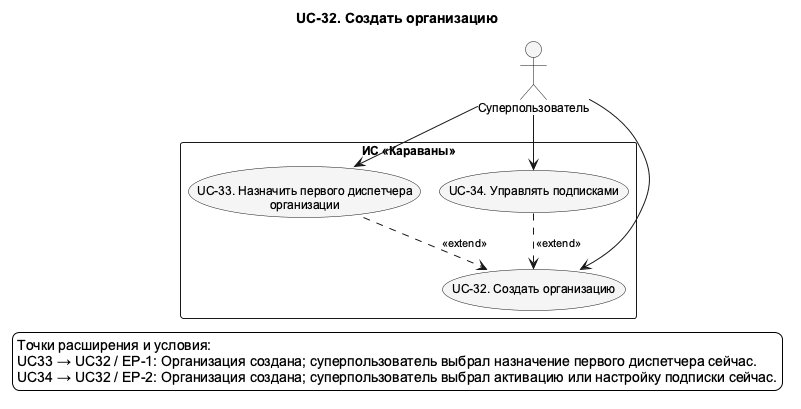
The PlantUML diagram docs/diagrams/out/UC_32_Detail.png in granikartem/MPI, before a commit.
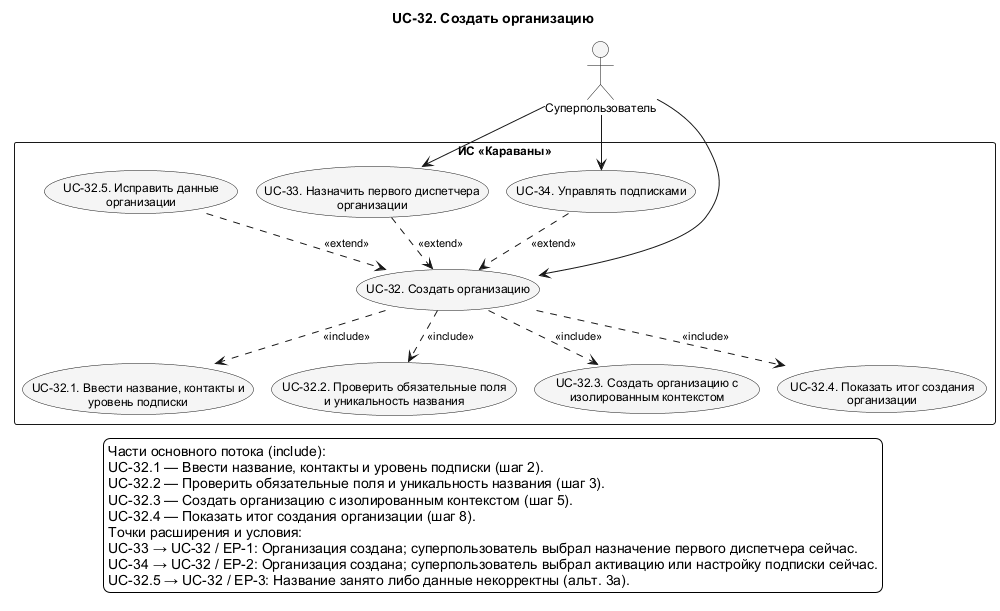
Later version of the same file.

What changed in the source:
```diff
@@ -17,15 +17,31 @@
   usecase "UC-32. Создать организацию" as UC32
   usecase "UC-33. Назначить первого диспетчера\nорганизации" as UC33
   usecase "UC-34. Управлять подписками" as UC34
+  usecase "UC-32.1. Ввести название, контакты и\nуровень подписки" as UC32_1
+  usecase "UC-32.2. Проверить обязательные поля\nи уникальность названия" as UC32_2
+  usecase "UC-32.3. Создать организацию с\nизолированным контекстом" as UC32_3
+  usecase "UC-32.4. Показать итог создания\nорганизации" as UC32_4
+  usecase "UC-32.5. Исправить данные\nорганизации" as UC32_5
 }
 UC33 ..> UC32 : <<extend>>
 UC34 ..> UC32 : <<extend>>
+UC32 ..> UC32_1 : <<include>>
+UC32 ..> UC32_2 : <<include>>
+UC32 ..> UC32_3 : <<include>>
+UC32 ..> UC32_4 : <<include>>
+UC32_5 ..> UC32 : <<extend>>
 SuperUser --> UC32
 SuperUser --> UC33
 SuperUser --> UC34
 legend bottom
+  Части основного потока (include):
+  UC-32.1 — Ввести название, контакты и уровень подписки (шаг 2).
+  UC-32.2 — Проверить обязательные поля и уникальность названия (шаг 3).
+  UC-32.3 — Создать организацию с изолированным контекстом (шаг 5).
+  UC-32.4 — Показать итог создания организации (шаг 8).
   Точки расширения и условия:
-  UC33 → UC32 / EP-1: Организация создана; суперпользователь выбрал назначение первого диспетчера сейчас.
-  UC34 → UC32 / EP-2: Организация создана; суперпользователь выбрал активацию или настройку подписки сейчас.
+  UC-33 → UC-32 / EP-1: Организация создана; суперпользователь выбрал назначение первого диспетчера сейчас.
+  UC-34 → UC-32 / EP-2: Организация создана; суперпользователь выбрал активацию или настройку подписки сейчас.
+  UC-32.5 → UC-32 / EP-3: Название занято либо данные некорректны (альт. 3а).
 endlegend
 @enduml
```
